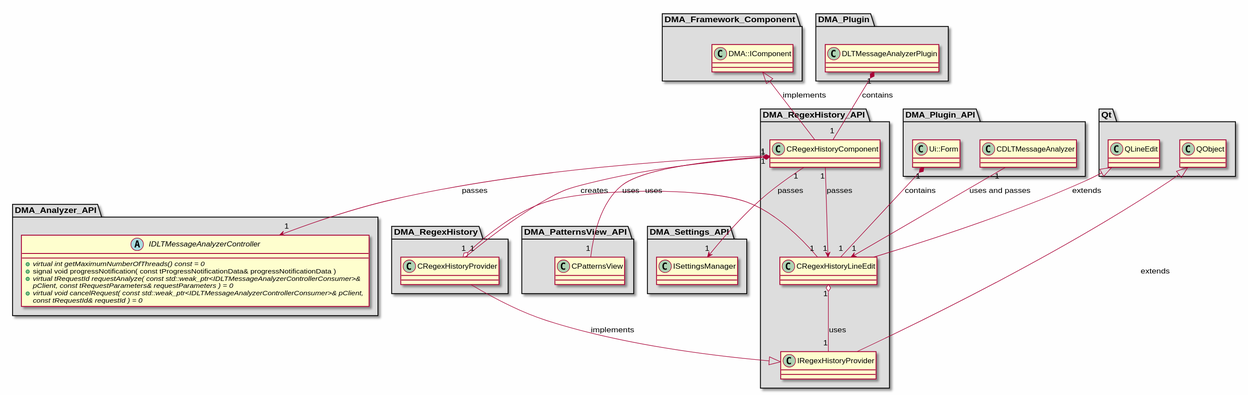
The PlantUML diagram md/dev_docs/puml/DMA_RegexHistory_API.svg in svlad-90/DLT-Message-Analyzer, before a commit.
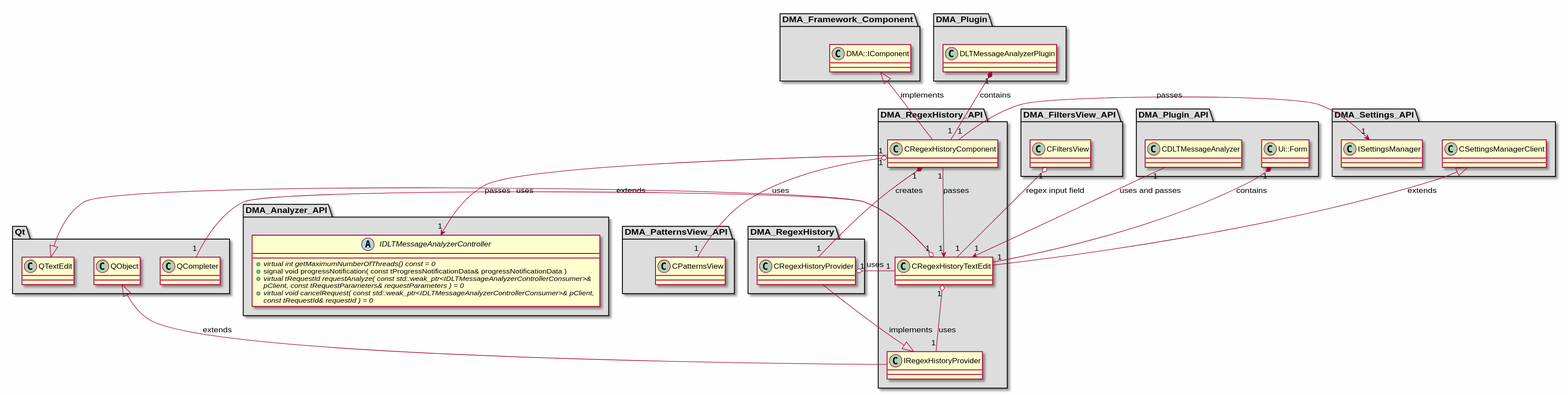
The same file after the commit.

Change to the diagram source:
```diff
@@ -11,6 +11,15 @@
     + signal void progressNotification( const tProgressNotificationData& progressNotificationData )
     + {abstract} virtual tRequestId requestAnalyze( const std::weak_ptr<IDLTMessageAnalyzerControllerConsumer>& pClient, const tRequestParameters& requestParameters ) = 0
     + {abstract} virtual void cancelRequest( const std::weak_ptr<IDLTMessageAnalyzerControllerConsumer>& pClient, const tRequestId& requestId ) = 0
+}
+
+}
+
+package "DMA_FiltersView_API" #DDDDDD
+{
+
+class "CFiltersView"
+{
 }
 
 }
@@ -71,7 +80,7 @@
 {
 }
 
-class "CRegexHistoryLineEdit"
+class "CRegexHistoryTextEdit"
 {
 }
 
@@ -84,6 +93,10 @@
 package "DMA_Settings_API" #DDDDDD
 {
 
+class "CSettingsManagerClient"
+{
+}
+
 class "ISettingsManager"
 {
 }
@@ -93,7 +106,7 @@
 package "Qt" #DDDDDD
 {
 
-class "QLineEdit"
+class "QCompleter"
 {
 }
 
@@ -101,22 +114,29 @@
 {
 }
 
+class "QTextEdit"
+{
+}
+
 }
 
 IRegexHistoryProvider <|-- CRegexHistoryProvider : implements
 DMA::IComponent <|-- CRegexHistoryComponent : implements
-QLineEdit <|-- CRegexHistoryLineEdit : extends
+CSettingsManagerClient <|-- CRegexHistoryTextEdit : extends
+QTextEdit <|-- CRegexHistoryTextEdit : extends
 QObject <|-- IRegexHistoryProvider : extends
 
+CFiltersView "1" o-- "1" CRegexHistoryTextEdit : regex input field
 DLTMessageAnalyzerPlugin "1" *-- "1" CRegexHistoryComponent : contains
-CDLTMessageAnalyzer "1" --> "1" CRegexHistoryLineEdit : uses and passes
-Ui::Form "1" *-- "1" CRegexHistoryLineEdit : contains
-CRegexHistoryProvider "1" o-- "1" CRegexHistoryLineEdit : uses
+CDLTMessageAnalyzer "1" --> "1" CRegexHistoryTextEdit : uses and passes
+Ui::Form "1" *-- "1" CRegexHistoryTextEdit : contains
+CRegexHistoryProvider "1" o-- "1" CRegexHistoryTextEdit : uses
 CRegexHistoryComponent "1" o-- "1" CPatternsView : uses
-CRegexHistoryComponent "1" --> "1" CRegexHistoryLineEdit : passes
 CRegexHistoryComponent "1" *-- "1" CRegexHistoryProvider : creates
+CRegexHistoryComponent "1" --> "1" CRegexHistoryTextEdit : passes
 CRegexHistoryComponent "1" --> "1" IDLTMessageAnalyzerController : passes
 CRegexHistoryComponent "1" --> "1" ISettingsManager : passes
-CRegexHistoryLineEdit "1" o-- "1" IRegexHistoryProvider : uses
+CRegexHistoryTextEdit "1" o-- "1" IRegexHistoryProvider : uses
+CRegexHistoryTextEdit "1" o-- "1" QCompleter : uses
 
 @enduml
```
